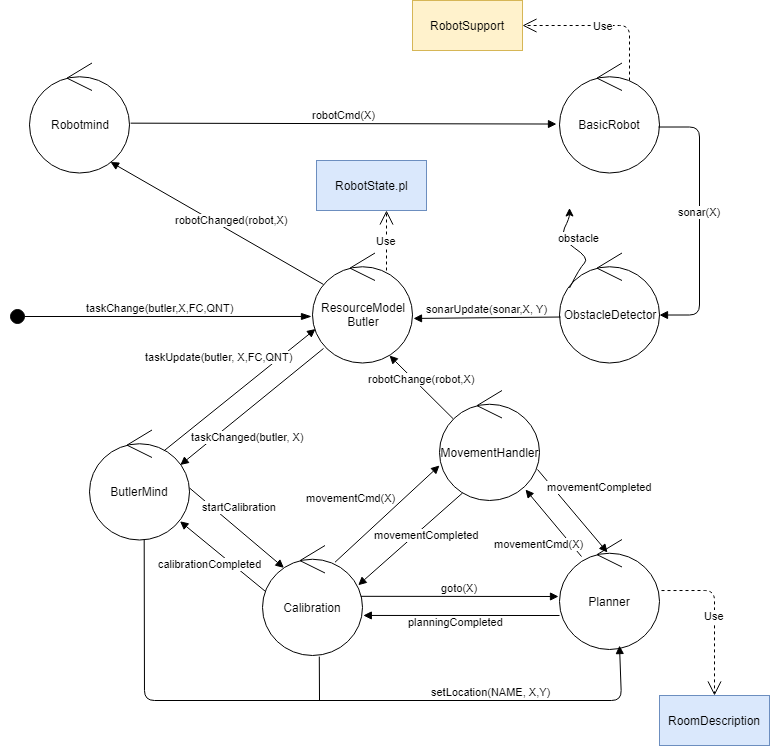
Earlier version of the draw.io export Docs/sprint2/sprint2Architecture.png (xAlessandroC/iss2019TemaFinale). Source tidied: cells renumbered, new cells last; positions are measured from the earlier drawing's top-left corner, leaving out a move shared by most shapes. Its diagram source:
```xml
<mxGraphModel>
  <root>
    <mxCell id="0" />
    <mxCell id="1" parent="0" />
    <mxCell id="2" value="BasicRobot" style="ellipse;shape=umlControl;whiteSpace=wrap;html=1;" parent="1" vertex="1">
      <mxGeometry x="550" y="62.5" width="100" height="110" as="geometry" />
    </mxCell>
    <mxCell id="3" value="Robotmind" style="ellipse;shape=umlControl;whiteSpace=wrap;html=1;" parent="1" vertex="1">
      <mxGeometry x="20" y="62.5" width="100" height="110" as="geometry" />
    </mxCell>
    <mxCell id="4" value="ResourceModel&lt;br&gt;Butler" style="ellipse;shape=umlControl;whiteSpace=wrap;html=1;" parent="1" vertex="1">
      <mxGeometry x="303" y="252.5" width="100" height="110" as="geometry" />
    </mxCell>
    <mxCell id="5" value="ObstacleDetector" style="ellipse;shape=umlControl;whiteSpace=wrap;html=1;" parent="1" vertex="1">
      <mxGeometry x="550" y="252.5" width="100" height="110" as="geometry" />
    </mxCell>
    <mxCell id="6" value="ButlerMind" style="ellipse;shape=umlControl;whiteSpace=wrap;html=1;" parent="1" vertex="1">
      <mxGeometry x="80" y="429.5" width="100" height="110" as="geometry" />
    </mxCell>
    <mxCell id="7" value="Calibration" style="ellipse;shape=umlControl;whiteSpace=wrap;html=1;" parent="1" vertex="1">
      <mxGeometry x="253" y="545" width="100" height="110" as="geometry" />
    </mxCell>
    <mxCell id="8" value="Planner" style="ellipse;shape=umlControl;whiteSpace=wrap;html=1;" parent="1" vertex="1">
      <mxGeometry x="550" y="539" width="100" height="110" as="geometry" />
    </mxCell>
    <mxCell id="9" value="robotCmd(X)" style="html=1;verticalAlign=bottom;startArrow=none;startFill=0;endArrow=block;startSize=8;exitX=1.011;exitY=0.547;exitDx=0;exitDy=0;exitPerimeter=0;entryX=-0.03;entryY=0.555;entryDx=0;entryDy=0;entryPerimeter=0;" parent="1" edge="1" source="3" target="2">
      <mxGeometry relative="1" as="geometry" />
    </mxCell>
    <mxCell id="10" value="robotChanged(robot,X)" style="html=1;verticalAlign=bottom;startArrow=none;startFill=0;endArrow=block;startSize=8;entryX=0.81;entryY=0.9;entryDx=0;entryDy=0;entryPerimeter=0;exitX=0.11;exitY=0.286;exitDx=0;exitDy=0;exitPerimeter=0;" parent="1" edge="1" source="4" target="3">
      <mxGeometry x="-0.12" y="-3" relative="1" as="geometry" />
    </mxCell>
    <mxCell id="11" value="taskChanged(butler, X)" style="html=1;verticalAlign=bottom;endArrow=block;entryX=0.908;entryY=0.318;entryDx=0;entryDy=0;entryPerimeter=0;exitX=0.11;exitY=0.868;exitDx=0;exitDy=0;exitPerimeter=0;" parent="1" edge="1" source="4" target="6">
      <mxGeometry x="0.3" y="28" relative="1" as="geometry" />
    </mxCell>
    <mxCell id="12" value="taskUpdate(butler, X,FC,QNT)" style="html=1;verticalAlign=bottom;endArrow=block;entryX=0.03;entryY=0.691;entryDx=0;entryDy=0;entryPerimeter=0;exitX=0.744;exitY=0.19;exitDx=0;exitDy=0;exitPerimeter=0;" parent="1" edge="1" source="6" target="4">
      <mxGeometry y="32" relative="1" as="geometry" />
    </mxCell>
    <mxCell id="13" value="sonarUpdate(sonar,X, Y)" style="html=1;verticalAlign=bottom;endArrow=block;exitX=0.01;exitY=0.582;exitDx=0;exitDy=0;exitPerimeter=0;entryX=1.01;entryY=0.595;entryDx=0;entryDy=0;entryPerimeter=0;" parent="1" edge="1" source="5" target="4">
      <mxGeometry relative="1" as="geometry" />
    </mxCell>
    <mxCell id="14" value="sonar(X)" style="html=1;verticalAlign=bottom;endArrow=block;entryX=1;entryY=0.564;entryDx=0;entryDy=0;entryPerimeter=0;exitX=0.99;exitY=0.582;exitDx=0;exitDy=0;exitPerimeter=0;" parent="1" edge="1" source="2" target="5">
      <mxGeometry relative="1" as="geometry">
        <Array as="points">
          <mxPoint x="690" y="126.5" />
          <mxPoint x="690" y="314.5" />
        </Array>
      </mxGeometry>
    </mxCell>
    <mxCell id="15" value="obstacle" style="curved=1;endArrow=classic;html=1;" parent="1" edge="1">
      <mxGeometry x="0.07" y="-11" relative="1" as="geometry">
        <mxPoint x="560" y="287.5" as="sourcePoint" />
        <mxPoint x="560" y="207.5" as="targetPoint" />
        <Array as="points">
          <mxPoint x="570" y="267.5" />
          <mxPoint x="580" y="257.5" />
          <mxPoint x="550" y="237.5" />
          <mxPoint x="560" y="217.5" />
        </Array>
      </mxGeometry>
    </mxCell>
    <mxCell id="16" value="taskChange(butler,X,FC,QNT)" style="html=1;verticalAlign=bottom;startArrow=circle;startFill=1;endArrow=blockThin;startSize=6;endSize=8;entryX=-0.01;entryY=0.577;entryDx=0;entryDy=0;entryPerimeter=0;endFill=1;" parent="1" edge="1" target="4">
      <mxGeometry relative="1" as="geometry">
        <mxPoint y="316" as="sourcePoint" />
      </mxGeometry>
    </mxCell>
    <mxCell id="17" value="startCalibration" style="html=1;verticalAlign=bottom;endArrow=block;exitX=1;exitY=0.527;exitDx=0;exitDy=0;exitPerimeter=0;entryX=0.214;entryY=0.203;entryDx=0;entryDy=0;entryPerimeter=0;" parent="1" edge="1" source="6" target="7">
      <mxGeometry x="-0.1" y="11" relative="1" as="geometry" />
    </mxCell>
    <mxCell id="18" value="calibrationCompleted" style="html=1;verticalAlign=bottom;endArrow=block;entryX=0.905;entryY=0.83;entryDx=0;entryDy=0;entryPerimeter=0;exitX=0.03;exitY=0.418;exitDx=0;exitDy=0;exitPerimeter=0;" parent="1" edge="1" source="7" target="6">
      <mxGeometry x="-0.01" y="20" relative="1" as="geometry" />
    </mxCell>
    <mxCell id="19" value="goto(X)" style="html=1;verticalAlign=bottom;endArrow=block;exitX=0.983;exitY=0.462;exitDx=0;exitDy=0;exitPerimeter=0;" parent="1" edge="1" source="7">
      <mxGeometry relative="1" as="geometry">
        <mxPoint x="549" y="596" as="targetPoint" />
      </mxGeometry>
    </mxCell>
    <mxCell id="20" value="planningCompleted" style="html=1;verticalAlign=bottom;endArrow=block;exitX=0;exitY=0.691;exitDx=0;exitDy=0;exitPerimeter=0;entryX=1.008;entryY=0.636;entryDx=0;entryDy=0;entryPerimeter=0;" parent="1" edge="1" source="8" target="7">
      <mxGeometry x="0.05" y="15" relative="1" as="geometry" />
    </mxCell>
    <mxCell id="21" value="setLocation(NAME, X,Y)" style="html=1;verticalAlign=bottom;endArrow=block;exitX=0.547;exitY=0.997;exitDx=0;exitDy=0;exitPerimeter=0;entryX=0.6;entryY=0.964;entryDx=0;entryDy=0;entryPerimeter=0;" parent="1" edge="1" source="6" target="8">
      <mxGeometry x="0.46" relative="1" as="geometry">
        <Array as="points">
          <mxPoint x="135" y="700" />
          <mxPoint x="612" y="700" />
        </Array>
      </mxGeometry>
    </mxCell>
    <mxCell id="22" style="html=1;verticalAlign=bottom;endArrow=none;exitX=0.568;exitY=1.01;exitDx=0;exitDy=0;exitPerimeter=0;endFill=0;" parent="1" edge="1" source="7">
      <mxGeometry relative="1" as="geometry">
        <mxPoint x="310" y="700" as="targetPoint" />
      </mxGeometry>
    </mxCell>
    <mxCell id="23" value="RobotSupport" style="html=1;fillColor=#fff2cc;strokeColor=#d6b656;" parent="1" vertex="1">
      <mxGeometry x="403" width="110" height="50" as="geometry" />
    </mxCell>
    <mxCell id="24" value="RobotState.pl" style="html=1;fillColor=#dae8fc;strokeColor=#6c8ebf;" parent="1" vertex="1">
      <mxGeometry x="307" y="160" width="110" height="50" as="geometry" />
    </mxCell>
    <mxCell id="25" value="Use" style="endArrow=open;endSize=12;dashed=1;html=1;" parent="1" edge="1">
      <mxGeometry relative="1" as="geometry">
        <mxPoint x="377" y="270" as="sourcePoint" />
        <mxPoint x="377" y="210" as="targetPoint" />
      </mxGeometry>
    </mxCell>
    <mxCell id="26" value="Use" style="endArrow=open;endSize=12;dashed=1;html=1;entryX=1;entryY=0.5;entryDx=0;entryDy=0;" parent="1" edge="1" target="23">
      <mxGeometry relative="1" as="geometry">
        <mxPoint x="620" y="80" as="sourcePoint" />
        <Array as="points">
          <mxPoint x="620" y="25" />
        </Array>
      </mxGeometry>
    </mxCell>
    <mxCell id="27" value="MovementHandler" style="ellipse;shape=umlControl;whiteSpace=wrap;html=1;" parent="1" vertex="1">
      <mxGeometry x="430" y="390" width="100" height="110" as="geometry" />
    </mxCell>
    <mxCell id="28" value="movementCmd(X)" style="html=1;verticalAlign=bottom;endArrow=block;entryX=0;entryY=0.682;entryDx=0;entryDy=0;entryPerimeter=0;exitX=0.725;exitY=0.152;exitDx=0;exitDy=0;exitPerimeter=0;" parent="1" edge="1" source="7" target="27">
      <mxGeometry x="-0.31" y="30" relative="1" as="geometry" />
    </mxCell>
    <mxCell id="29" value="movementCompleted" style="html=1;verticalAlign=bottom;endArrow=block;exitX=0.23;exitY=0.932;exitDx=0;exitDy=0;exitPerimeter=0;entryX=0.957;entryY=0.361;entryDx=0;entryDy=0;entryPerimeter=0;" parent="1" edge="1" source="27" target="7">
      <mxGeometry x="-0.14" y="15" relative="1" as="geometry" />
    </mxCell>
    <mxCell id="30" value="robotChange(robot,X)" style="html=1;verticalAlign=bottom;endArrow=block;exitX=0.138;exitY=0.258;exitDx=0;exitDy=0;exitPerimeter=0;entryX=0.77;entryY=0.932;entryDx=0;entryDy=0;entryPerimeter=0;" parent="1" edge="1" source="27" target="4">
      <mxGeometry relative="1" as="geometry" />
    </mxCell>
    <mxCell id="31" value="movementCmd(X)" style="html=1;verticalAlign=bottom;endArrow=block;entryX=0.86;entryY=0.9;entryDx=0;entryDy=0;entryPerimeter=0;exitX=0.22;exitY=0.155;exitDx=0;exitDy=0;exitPerimeter=0;" parent="1" edge="1" source="8" target="27">
      <mxGeometry x="-0.31" y="30" relative="1" as="geometry" />
    </mxCell>
    <mxCell id="32" value="movementCompleted" style="html=1;verticalAlign=bottom;endArrow=block;exitX=0.98;exitY=0.718;exitDx=0;exitDy=0;exitPerimeter=0;entryX=0.48;entryY=0.118;entryDx=0;entryDy=0;entryPerimeter=0;" parent="1" edge="1" source="27" target="8">
      <mxGeometry x="0.1" y="31" relative="1" as="geometry" />
    </mxCell>
    <mxCell id="33" value="RoomDescription" style="html=1;fillColor=#dae8fc;strokeColor=#6c8ebf;" parent="1" vertex="1">
      <mxGeometry x="650" y="695" width="110" height="50" as="geometry" />
    </mxCell>
    <mxCell id="34" value="Use" style="endArrow=open;endSize=12;dashed=1;html=1;exitX=1.02;exitY=0.464;exitDx=0;exitDy=0;exitPerimeter=0;entryX=0.5;entryY=0;entryDx=0;entryDy=0;" parent="1" edge="1" source="8" target="33">
      <mxGeometry relative="1" as="geometry">
        <Array as="points">
          <mxPoint x="705" y="590" />
        </Array>
      </mxGeometry>
    </mxCell>
  </root>
</mxGraphModel>
```
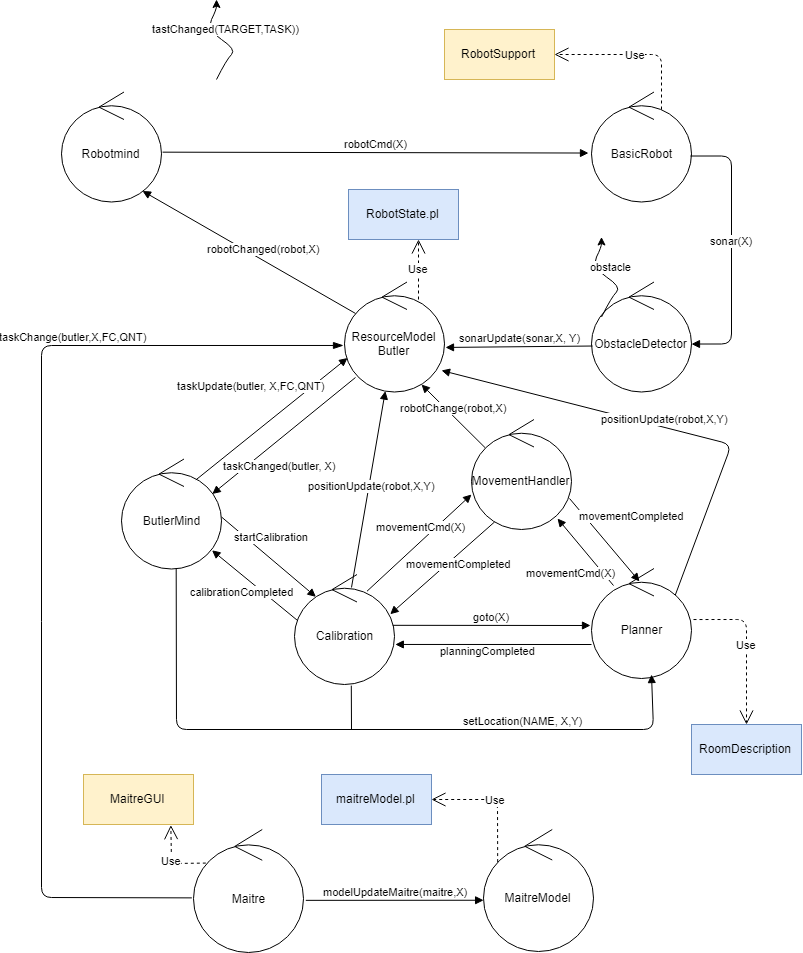
Above is the later version.

What changed in the source:
```diff
@@ -58,9 +58,13 @@
         </Array>
       </mxGeometry>
     </mxCell>
-    <mxCell id="16" value="taskChange(butler,X,FC,QNT)" style="html=1;verticalAlign=bottom;startArrow=circle;startFill=1;endArrow=blockThin;startSize=6;endSize=8;entryX=-0.01;entryY=0.577;entryDx=0;entryDy=0;entryPerimeter=0;endFill=1;" parent="1" edge="1" target="4">
-      <mxGeometry relative="1" as="geometry">
-        <mxPoint y="316" as="sourcePoint" />
+    <mxCell id="16" value="taskChange(butler,X,FC,QNT)" style="html=1;verticalAlign=bottom;startArrow=none;startFill=0;endArrow=blockThin;startSize=6;endSize=8;entryX=-0.01;entryY=0.577;entryDx=0;entryDy=0;entryPerimeter=0;endFill=1;exitX=-0.015;exitY=0.556;exitDx=0;exitDy=0;exitPerimeter=0;" parent="1" edge="1" source="36" target="4">
+      <mxGeometry x="0.46" relative="1" as="geometry">
+        <Array as="points">
+          <mxPoint y="868" />
+          <mxPoint y="316" />
+        </Array>
+        <mxPoint x="1" as="offset" />
       </mxGeometry>
     </mxCell>
     <mxCell id="17" value="startCalibration" style="html=1;verticalAlign=bottom;endArrow=block;exitX=1;exitY=0.527;exitDx=0;exitDy=0;exitPerimeter=0;entryX=0.214;entryY=0.203;entryDx=0;entryDy=0;entryPerimeter=0;" parent="1" edge="1" source="6" target="7">
@@ -114,7 +118,9 @@
       <mxGeometry x="430" y="390" width="100" height="110" as="geometry" />
     </mxCell>
     <mxCell id="28" value="movementCmd(X)" style="html=1;verticalAlign=bottom;endArrow=block;entryX=0;entryY=0.682;entryDx=0;entryDy=0;entryPerimeter=0;exitX=0.725;exitY=0.152;exitDx=0;exitDy=0;exitPerimeter=0;" parent="1" edge="1" source="7" target="27">
-      <mxGeometry x="-0.31" y="30" relative="1" as="geometry" />
+      <mxGeometry x="0.1" y="5" relative="1" as="geometry">
+        <mxPoint y="1" as="offset" />
+      </mxGeometry>
     </mxCell>
     <mxCell id="29" value="movementCompleted" style="html=1;verticalAlign=bottom;endArrow=block;exitX=0.23;exitY=0.932;exitDx=0;exitDy=0;exitPerimeter=0;entryX=0.957;entryY=0.361;entryDx=0;entryDy=0;entryPerimeter=0;" parent="1" edge="1" source="27" target="7">
       <mxGeometry x="-0.14" y="15" relative="1" as="geometry" />
@@ -138,5 +144,57 @@
         </Array>
       </mxGeometry>
     </mxCell>
+    <mxCell id="35" value="positionUpdate(robot,X,Y)" style="html=1;verticalAlign=bottom;endArrow=block;exitX=0.57;exitY=0.118;exitDx=0;exitDy=0;exitPerimeter=0;" parent="1" edge="1" source="7" target="4">
+      <mxGeometry x="-0.05" y="-4" relative="1" as="geometry" />
+    </mxCell>
+    <mxCell id="36" value="Maitre" style="ellipse;shape=umlControl;whiteSpace=wrap;html=1;" parent="1" vertex="1">
+      <mxGeometry x="152" y="800" width="110" height="123" as="geometry" />
+    </mxCell>
+    <mxCell id="37" value="MaitreModel" style="ellipse;shape=umlControl;whiteSpace=wrap;html=1;" parent="1" vertex="1">
+      <mxGeometry x="442" y="800" width="110" height="122" as="geometry" />
+    </mxCell>
+    <mxCell id="38" value="modelUpdateMaitre(maitre,X)" style="html=1;verticalAlign=bottom;endArrow=block;entryX=0.001;entryY=0.58;entryDx=0;entryDy=0;entryPerimeter=0;exitX=1.021;exitY=0.576;exitDx=0;exitDy=0;exitPerimeter=0;" parent="1" edge="1" source="36" target="37">
+      <mxGeometry relative="1" as="geometry" />
+    </mxCell>
+    <mxCell id="39" value="maitreModel.pl" style="html=1;fillColor=#dae8fc;strokeColor=#6c8ebf;" parent="1" vertex="1">
+      <mxGeometry x="280" y="745" width="110" height="50" as="geometry" />
+    </mxCell>
+    <mxCell id="40" value="Use" style="endArrow=open;endSize=12;dashed=1;html=1;exitX=0.129;exitY=0.267;exitDx=0;exitDy=0;exitPerimeter=0;entryX=1;entryY=0.5;entryDx=0;entryDy=0;" parent="1" edge="1" source="37" target="39">
+      <mxGeometry relative="1" as="geometry">
+        <Array as="points">
+          <mxPoint x="456" y="770" />
+        </Array>
+      </mxGeometry>
+    </mxCell>
+    <mxCell id="41" value="MaitreGUI" style="html=1;fillColor=#fff2cc;strokeColor=#d6b656;" parent="1" vertex="1">
+      <mxGeometry x="42" y="745" width="110" height="50" as="geometry" />
+    </mxCell>
+    <mxCell id="42" value="Use" style="endArrow=open;endSize=12;dashed=1;html=1;exitX=0.112;exitY=0.273;exitDx=0;exitDy=0;exitPerimeter=0;entryX=0.794;entryY=1.013;entryDx=0;entryDy=0;entryPerimeter=0;" parent="1" edge="1" source="36" target="41">
+      <mxGeometry relative="1" as="geometry">
+        <Array as="points">
+          <mxPoint x="130" y="834" />
+        </Array>
+      </mxGeometry>
+    </mxCell>
+    <mxCell id="43" value="tastChanged(TARGET,TASK))" style="curved=1;endArrow=classic;html=1;" parent="1" edge="1">
+      <mxGeometry x="0.07" y="-11" relative="1" as="geometry">
+        <mxPoint x="175" y="50" as="sourcePoint" />
+        <mxPoint x="175" y="-30" as="targetPoint" />
+        <Array as="points">
+          <mxPoint x="185" y="30" />
+          <mxPoint x="195" y="20" />
+          <mxPoint x="165" />
+          <mxPoint x="175" y="-20" />
+        </Array>
+      </mxGeometry>
+    </mxCell>
+    <mxCell id="44" value="positionUpdate(robot,X,Y)" style="html=1;verticalAlign=bottom;endArrow=block;exitX=0.838;exitY=0.241;exitDx=0;exitDy=0;exitPerimeter=0;" parent="1" edge="1" source="8">
+      <mxGeometry relative="1" as="geometry">
+        <mxPoint x="400" y="341" as="targetPoint" />
+        <Array as="points">
+          <mxPoint x="690" y="415" />
+        </Array>
+      </mxGeometry>
+    </mxCell>
   </root>
 </mxGraphModel>
```
